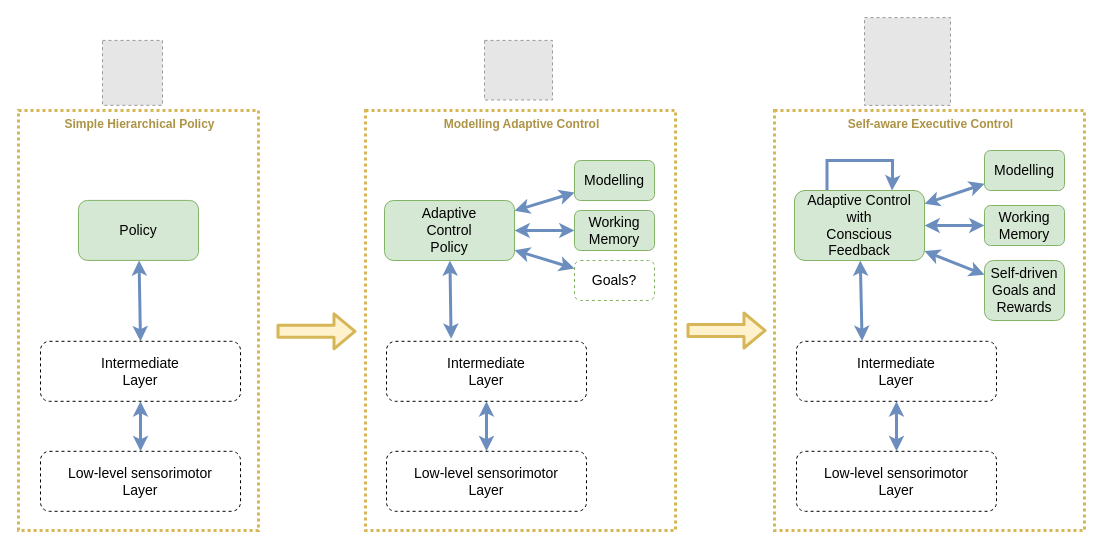
Before: page "evolutionary-progression" (5 of 5) of files/Executive-control.drawio in malcolmlett/malcolmlett.github.io, a draw.io diagram. Source tidied: cells renumbered, new cells numbered last; positions are measured from the earlier drawing's top-left corner, leaving out a move shared by most shapes. Both pictures are drawn from the tidied source at 100%, with x=0, y=0 at pixel (18, 17). Pictures stored in the file or linked from it are replaced by grey dashed boxes.
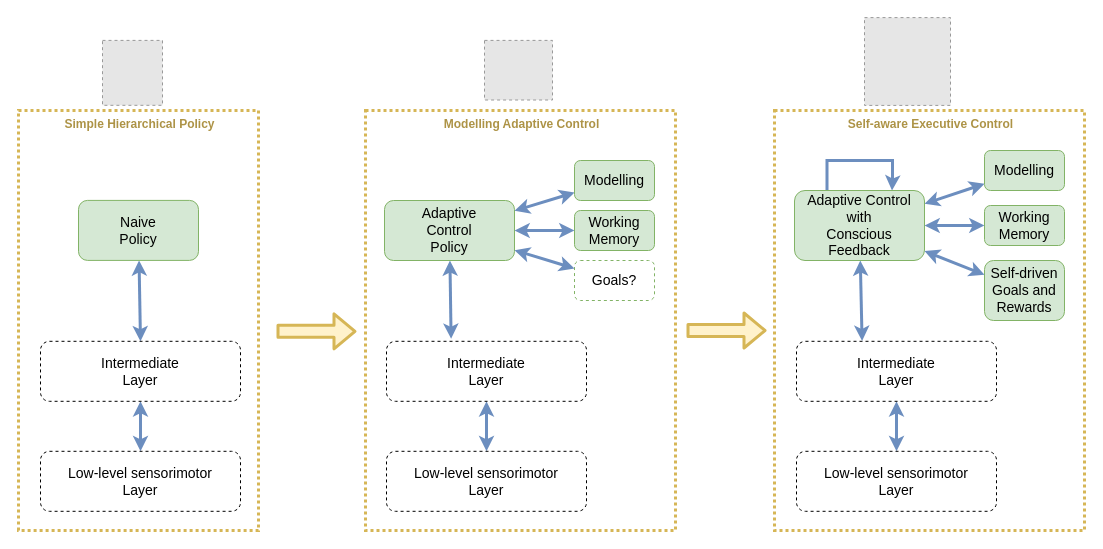
Above is the later version.

Diff of the diagram source:
```diff
@@
-    <mxCell id="17" value="Policy" style="rounded=1;whiteSpace=wrap;html=1;strokeWidth=1;fillColor=#d5e8d4;fontSize=14;strokeColor=#82b366;" parent="1" vertex="1">
+    <mxCell id="17" value="Naive&lt;br&gt;Policy" style="rounded=1;whiteSpace=wrap;html=1;strokeWidth=1;fillColor=#d5e8d4;fontSize=14;strokeColor=#82b366;" parent="1" vertex="1">
       <mxGeometry x="60" y="182.9" width="120" height="60" as="geometry" />
     </mxCell>
```
